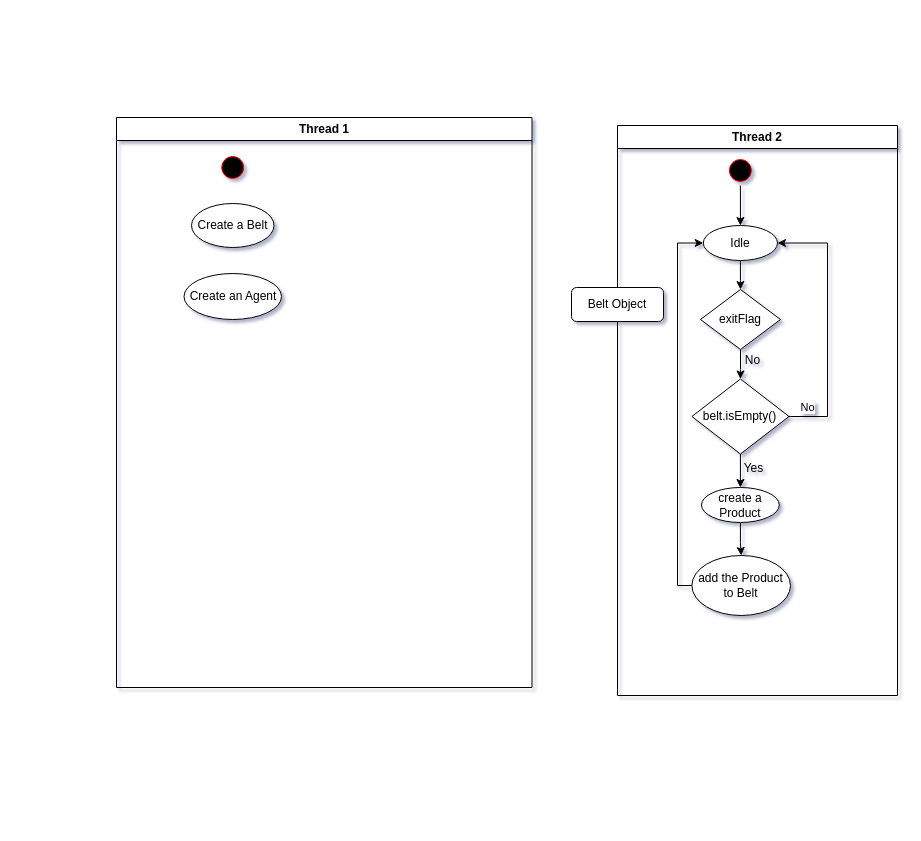
Before: Untitled Diagram.drawio in Ardeshir-Shon/SmartSorter, a draw.io diagram. Source tidied: cells renumbered, new cells numbered last; positions are measured from the earlier drawing's top-left corner, leaving out a move shared by most shapes. Both pictures are drawn from the tidied source at 100%, with x=0, y=0 at pixel (116, 117).
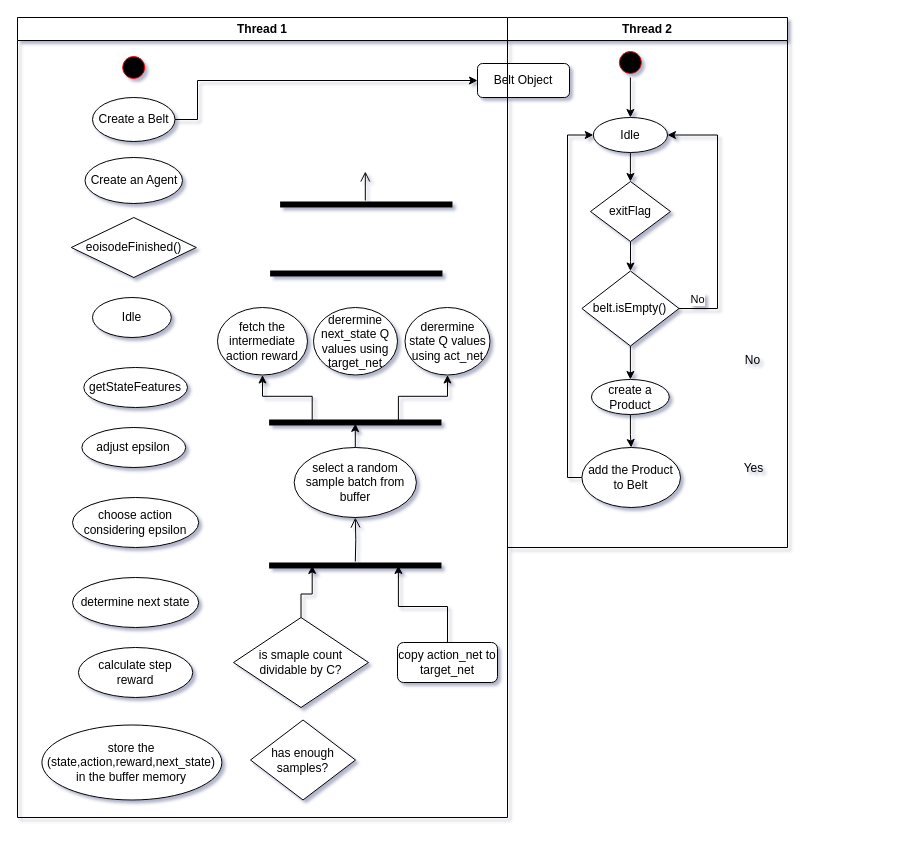
The same page after the edit.

Commit message:
kinda finished!

Change to the diagram source:
```diff
@@
     <mxCell id="2" value="Thread 2" style="swimlane;whiteSpace=wrap;strokeColor=#000000;" parent="1" vertex="1">
-      <mxGeometry x="501" y="8" width="280" height="570" as="geometry" />
+      <mxGeometry x="391" y="-100" width="280" height="530" as="geometry" />
     </mxCell>
@@
-    <mxCell id="11" value="Belt Object" style="rounded=1;whiteSpace=wrap;html=1;" parent="2" vertex="1">
-      <mxGeometry x="-46" y="162" width="92" height="34" as="geometry" />
-    </mxCell>
@@
+    <mxCell id="11" value="Belt Object" style="rounded=1;whiteSpace=wrap;html=1;" parent="2" vertex="1">
+      <mxGeometry x="-30" y="46" width="92" height="34" as="geometry" />
+    </mxCell>
     <mxCell id="18" value="Thread 1" style="swimlane;whiteSpace=wrap;" parent="1" vertex="1">
-      <mxGeometry width="415.5" height="570" as="geometry" />
+      <mxGeometry x="-99" y="-100" width="490" height="800" as="geometry" />
     </mxCell>
@@
     <mxCell id="20" value="Create a Belt" style="ellipse;whiteSpace=wrap;html=1;" parent="18" vertex="1">
-      <mxGeometry x="75" y="86" width="82.5" height="44" as="geometry" />
+      <mxGeometry x="75" y="80" width="82.5" height="44" as="geometry" />
     </mxCell>
     <mxCell id="21" value="Create an Agent" style="ellipse;whiteSpace=wrap;html=1;" parent="18" vertex="1">
-      <mxGeometry x="67.5" y="156" width="97.5" height="46" as="geometry" />
+      <mxGeometry x="67.5" y="140" width="97.5" height="46" as="geometry" />
     </mxCell>
+    <mxCell id="24" value="eoisodeFinished()" style="rhombus;whiteSpace=wrap;html=1;" parent="18" vertex="1">
+      <mxGeometry x="53.8" y="200" width="125" height="60" as="geometry" />
+    </mxCell>
+    <mxCell id="25" value="Idle" style="ellipse;whiteSpace=wrap;html=1;" parent="18" vertex="1">
+      <mxGeometry x="75" y="280" width="78.8" height="40" as="geometry" />
+    </mxCell>
+    <mxCell id="26" value="getStateFeatures" style="ellipse;whiteSpace=wrap;html=1;" parent="18" vertex="1">
+      <mxGeometry x="66.3" y="350" width="103.7" height="40" as="geometry" />
+    </mxCell>
+    <mxCell id="27" value="adjust epsilon" style="ellipse;whiteSpace=wrap;html=1;" parent="18" vertex="1">
+      <mxGeometry x="64.4" y="410" width="103.8" height="40" as="geometry" />
+    </mxCell>
+    <mxCell id="28" value="choose action considering epsilon" style="ellipse;whiteSpace=wrap;html=1;" parent="18" vertex="1">
+      <mxGeometry x="55" y="480" width="126.2" height="50" as="geometry" />
+    </mxCell>
+    <mxCell id="29" value="determine next state" style="ellipse;whiteSpace=wrap;html=1;" parent="18" vertex="1">
+      <mxGeometry x="55" y="560" width="126.2" height="50" as="geometry" />
+    </mxCell>
+    <mxCell id="30" value="calculate step reward" style="ellipse;whiteSpace=wrap;html=1;" parent="18" vertex="1">
+      <mxGeometry x="60.9" y="630" width="114.4" height="50" as="geometry" />
+    </mxCell>
+    <mxCell id="31" value="store the (state,action,reward,next_state) in the buffer memory" style="ellipse;whiteSpace=wrap;html=1;" parent="18" vertex="1">
+      <mxGeometry x="24.4" y="707.5" width="180" height="75" as="geometry" />
+    </mxCell>
+    <mxCell id="32" value="has enough samples?" style="rhombus;whiteSpace=wrap;html=1;" parent="18" vertex="1">
+      <mxGeometry x="233" y="702.5" width="105" height="80" as="geometry" />
+    </mxCell>
+    <mxCell id="33" style="edgeStyle=orthogonalEdgeStyle;rounded=0;jettySize=auto;html=1;entryX=0.75;entryY=0.5;entryDx=0;entryDy=0;entryPerimeter=0;strokeColor=#000000;" parent="18" edge="1" source="34" target="38">
+      <mxGeometry relative="1" as="geometry" />
+    </mxCell>
+    <mxCell id="34" value="is smaple count dividable by C?" style="rhombus;whiteSpace=wrap;html=1;" parent="18" vertex="1">
+      <mxGeometry x="216" y="600" width="135" height="90" as="geometry" />
+    </mxCell>
+    <mxCell id="35" style="edgeStyle=orthogonalEdgeStyle;rounded=0;jettySize=auto;html=1;entryX=0.25;entryY=0.5;entryDx=0;entryDy=0;entryPerimeter=0;strokeColor=#000000;" parent="18" edge="1" source="36" target="38">
+      <mxGeometry relative="1" as="geometry" />
+    </mxCell>
+    <mxCell id="36" value="copy action_net to target_net" style="rounded=1;whiteSpace=wrap;html=1;" parent="18" vertex="1">
+      <mxGeometry x="380" y="625" width="100" height="40" as="geometry" />
+    </mxCell>
+    <mxCell id="37" style="group;" parent="18" vertex="1">
+      <mxGeometry x="251.6" y="515" width="172.4" height="38" as="geometry" />
+    </mxCell>
+    <mxCell id="38" style="shape=line;html=1;strokeWidth=6;strokeColor=#000000;rotation=-180;flipH=0;flipV=0;" parent="37" vertex="1">
+      <mxGeometry y="28" width="172.4" height="10" as="geometry" />
+    </mxCell>
+    <mxCell id="39" style="edgeStyle=orthogonalEdgeStyle;html=1;verticalAlign=bottom;endArrow=open;endSize=8;strokeColor=#000000;rounded=0;entryX=0.5;entryY=1;entryDx=0;entryDy=0;" parent="37" edge="1" target="41">
+      <mxGeometry relative="1" as="geometry">
+        <mxPoint x="86.2" y="29" as="sourcePoint" />
+      </mxGeometry>
+    </mxCell>
+    <mxCell id="40" style="edgeStyle=orthogonalEdgeStyle;rounded=0;jettySize=auto;html=1;entryX=0.499;entryY=0.4;entryDx=0;entryDy=0;entryPerimeter=0;strokeColor=#000000;" parent="18" edge="1" source="41" target="44">
+      <mxGeometry relative="1" as="geometry" />
+    </mxCell>
+    <mxCell id="41" value="select a random sample batch from buffer" style="ellipse;whiteSpace=wrap;html=1;strokeColor=#000000;" parent="18" vertex="1">
+      <mxGeometry x="276.7" y="430" width="122.2" height="70" as="geometry" />
+    </mxCell>
+    <mxCell id="42" style="edgeStyle=orthogonalEdgeStyle;rounded=0;jettySize=auto;html=1;exitX=0.25;exitY=0.5;exitDx=0;exitDy=0;exitPerimeter=0;entryX=0.5;entryY=1;entryDx=0;entryDy=0;strokeColor=#000000;" parent="18" edge="1" source="44" target="45">
+      <mxGeometry relative="1" as="geometry" />
+    </mxCell>
+    <mxCell id="43" style="edgeStyle=orthogonalEdgeStyle;rounded=0;jettySize=auto;html=1;exitX=0.75;exitY=0.5;exitDx=0;exitDy=0;exitPerimeter=0;entryX=0.5;entryY=1;entryDx=0;entryDy=0;strokeColor=#000000;" parent="18" edge="1" source="44" target="47">
+      <mxGeometry relative="1" as="geometry" />
+    </mxCell>
+    <mxCell id="44" style="shape=line;html=1;strokeWidth=6;strokeColor=#000000;rotation=-180;flipH=0;flipV=0;" parent="18" vertex="1">
+      <mxGeometry x="251.6" y="400" width="172.4" height="10" as="geometry" />
+    </mxCell>
+    <mxCell id="45" value="derermine state Q values using act_net" style="ellipse;whiteSpace=wrap;html=1;strokeColor=#000000;" parent="18" vertex="1">
+      <mxGeometry x="387.5" y="290" width="85" height="67.5" as="geometry" />
+    </mxCell>
+    <mxCell id="46" value="&lt;span&gt;derermine next_state Q values using target_net&lt;/span&gt;" style="ellipse;whiteSpace=wrap;html=1;strokeColor=#000000;" parent="18" vertex="1">
+      <mxGeometry x="296" y="290" width="84" height="67.5" as="geometry" />
+    </mxCell>
+    <mxCell id="47" value="fetch the intermediate action reward" style="ellipse;whiteSpace=wrap;html=1;strokeColor=#000000;" parent="18" vertex="1">
+      <mxGeometry x="200" y="290" width="90" height="67.5" as="geometry" />
+    </mxCell>
@@
+    <mxCell id="48" style="edgeStyle=orthogonalEdgeStyle;rounded=0;jettySize=auto;html=1;entryX=0;entryY=0.5;entryDx=0;entryDy=0;exitX=1;exitY=0.5;exitDx=0;exitDy=0;" parent="1" edge="1" source="20" target="11">
+      <mxGeometry relative="1" as="geometry">
+        <Array as="points">
+          <mxPoint x="81" y="2" />
+          <mxPoint x="81" y="-37" />
+        </Array>
+      </mxGeometry>
+    </mxCell>
+    <mxCell id="49" style="shape=line;html=1;strokeWidth=6;strokeColor=#000000;rotation=-180;flipH=0;flipV=0;" parent="1" vertex="1">
+      <mxGeometry x="163.6" y="82" width="172.4" height="10" as="geometry" />
+    </mxCell>
+    <mxCell id="50" style="edgeStyle=orthogonalEdgeStyle;html=1;verticalAlign=bottom;endArrow=open;endSize=8;strokeColor=#000000;rounded=0;entryX=0.5;entryY=1;entryDx=0;entryDy=0;" parent="1" edge="1">
+      <mxGeometry relative="1" as="geometry">
+        <mxPoint x="248.8" y="83" as="sourcePoint" />
+        <mxPoint x="248.8" y="54" as="targetPoint" />
+      </mxGeometry>
+    </mxCell>
+    <mxCell id="51" style="shape=line;html=1;strokeWidth=6;strokeColor=#000000;rotation=-180;flipH=0;flipV=0;" parent="1" vertex="1">
+      <mxGeometry x="153.6" y="151" width="172.4" height="10" as="geometry" />
+    </mxCell>
```
